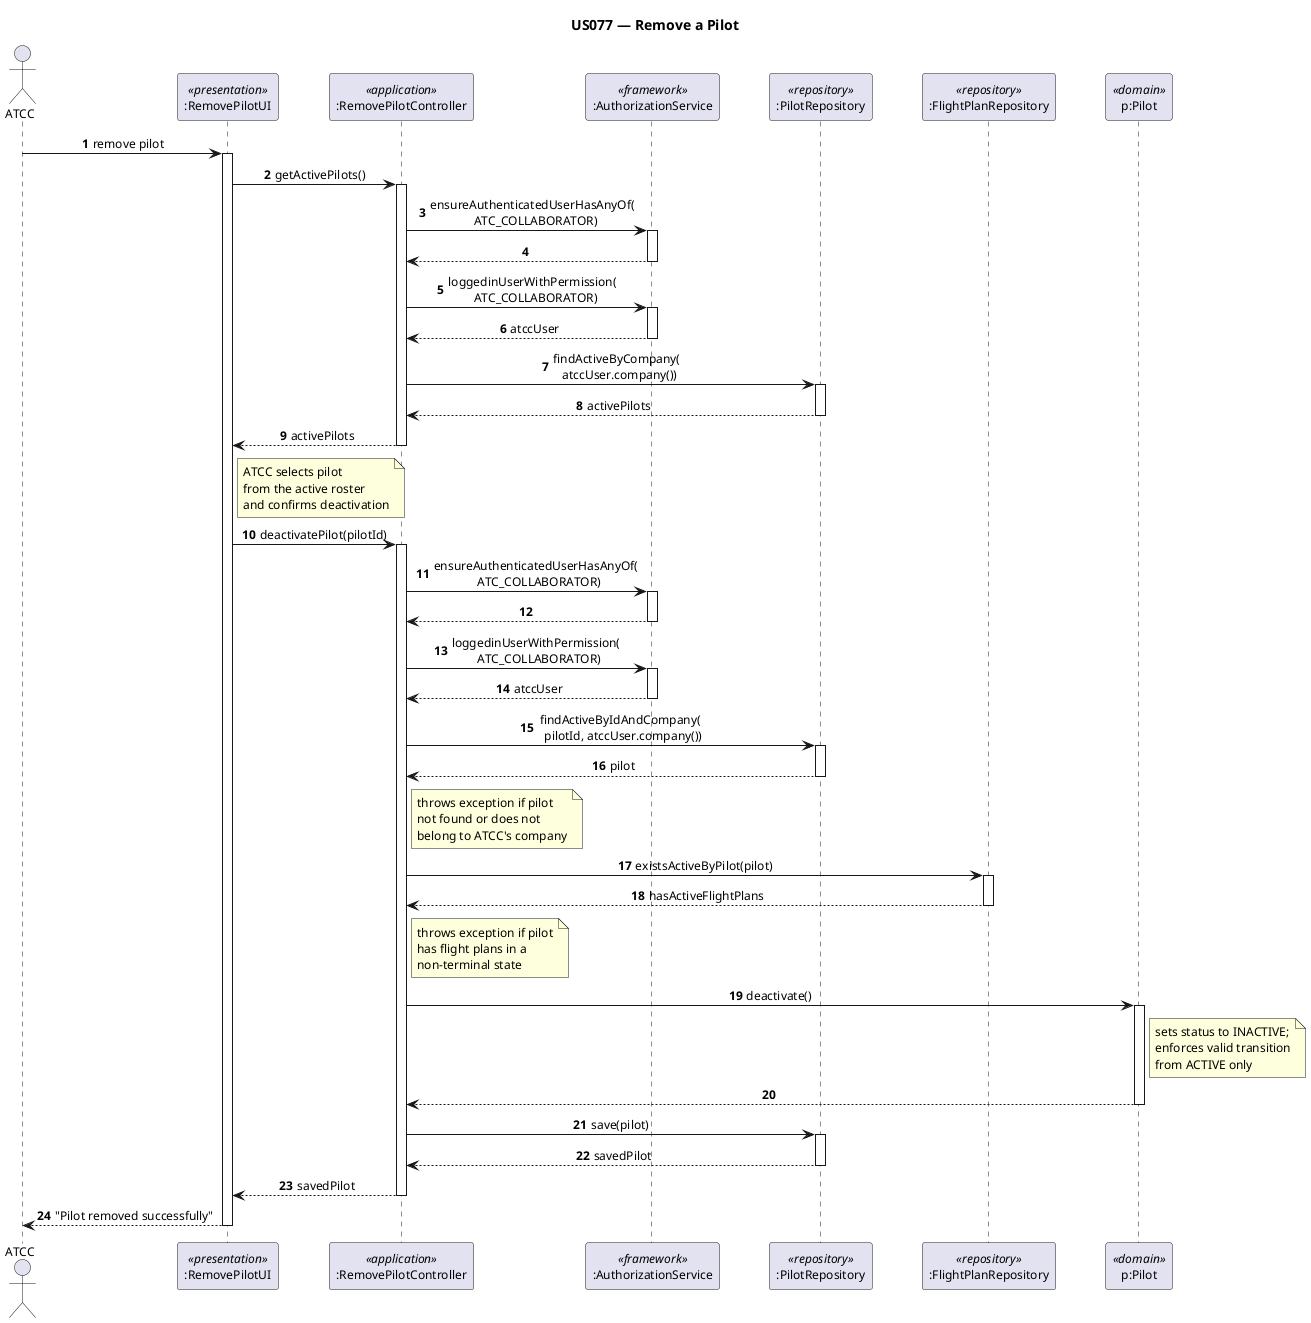
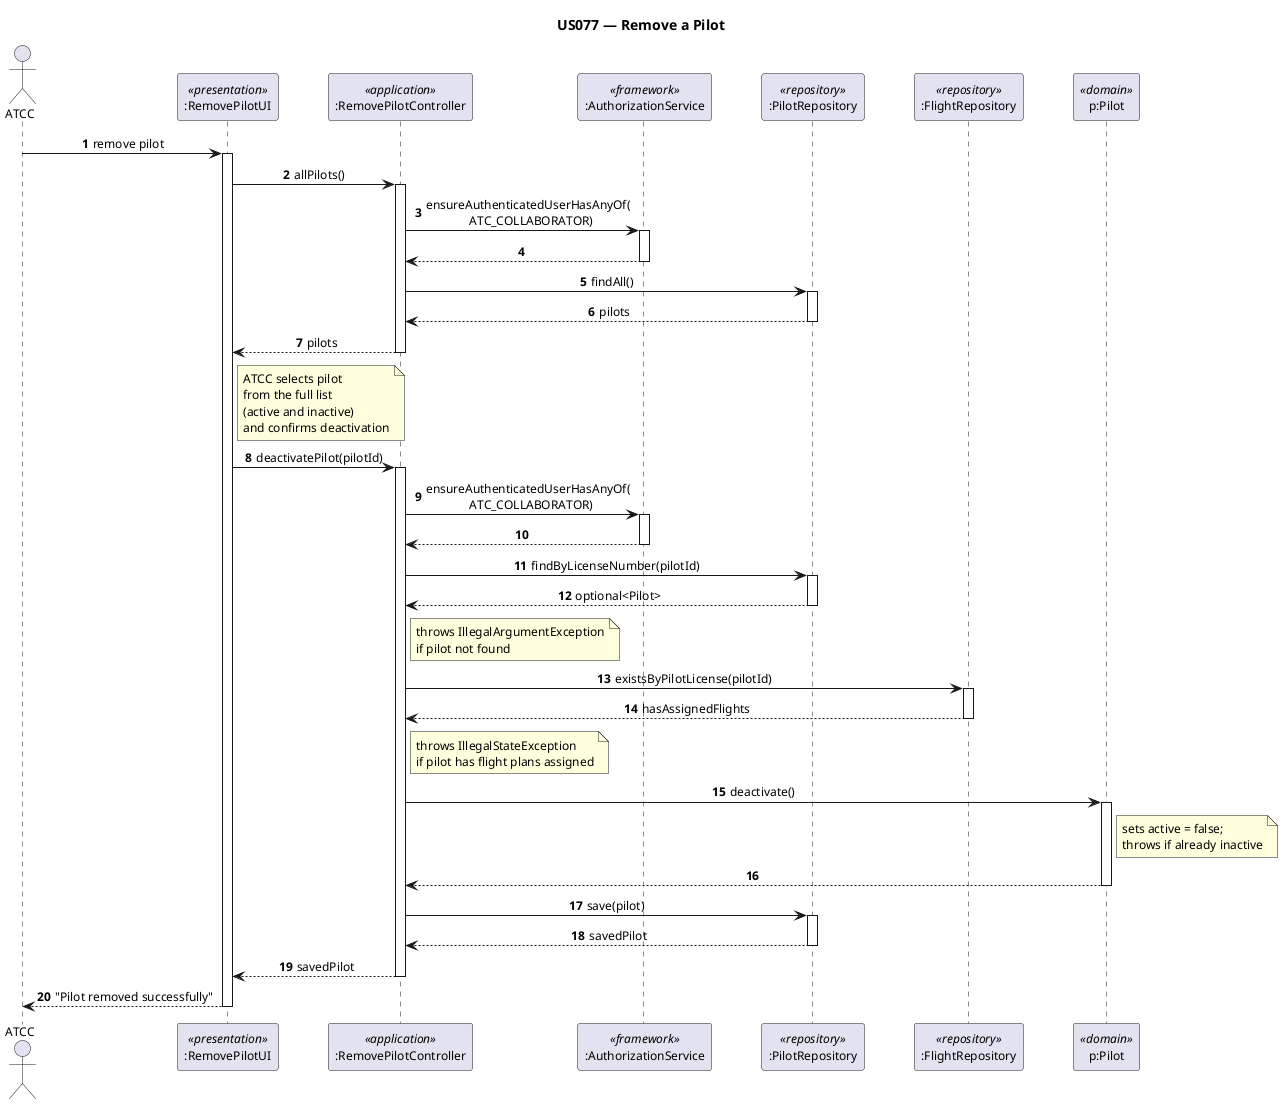
@startuml sd_us077_remove_pilot
title US077 — Remove a Pilot

skinparam sequenceMessageAlign center
skinparam defaultFontName Arial
skinparam defaultFontSize 12
skinparam ParticipantPadding 20

autonumber

actor "ATCC" as actor
participant ":RemovePilotUI" as ui <<presentation>>
participant ":RemovePilotController" as ctrl <<application>>
participant ":AuthorizationService" as authz <<framework>>
participant ":PilotRepository" as pilotRepo <<repository>>
- participant ":FlightPlanRepository" as flightRepo <<repository>>
+ participant ":FlightRepository" as flightRepo <<repository>>
participant "p:Pilot" as pilot <<domain>>

actor -> ui : remove pilot
activate ui

- ui -> ctrl : getActivePilots()
+ ui -> ctrl : allPilots()
activate ctrl

ctrl -> authz : ensureAuthenticatedUserHasAnyOf(\n  ATC_COLLABORATOR)
activate authz
authz --> ctrl
deactivate authz

- ctrl -> authz : loggedinUserWithPermission(\n  ATC_COLLABORATOR)
- activate authz
- authz --> ctrl : atccUser
- deactivate authz
- 
- ctrl -> pilotRepo : findActiveByCompany(\n  atccUser.company())
+ ctrl -> pilotRepo : findAll()
activate pilotRepo
- pilotRepo --> ctrl : activePilots
+ pilotRepo --> ctrl : pilots
deactivate pilotRepo

- ctrl --> ui : activePilots
+ ctrl --> ui : pilots
deactivate ctrl

- note right of ui : ATCC selects pilot\nfrom the active roster\nand confirms deactivation
+ note right of ui : ATCC selects pilot\nfrom the full list\n(active and inactive)\nand confirms deactivation

ui -> ctrl : deactivatePilot(pilotId)
activate ctrl

ctrl -> authz : ensureAuthenticatedUserHasAnyOf(\n  ATC_COLLABORATOR)
activate authz
authz --> ctrl
deactivate authz

- ctrl -> authz : loggedinUserWithPermission(\n  ATC_COLLABORATOR)
- activate authz
- authz --> ctrl : atccUser
- deactivate authz
- 
- ctrl -> pilotRepo : findActiveByIdAndCompany(\n  pilotId, atccUser.company())
+ ctrl -> pilotRepo : findByLicenseNumber(pilotId)
activate pilotRepo
- pilotRepo --> ctrl : pilot
+ pilotRepo --> ctrl : optional<Pilot>
deactivate pilotRepo

- note right of ctrl : throws exception if pilot\nnot found or does not\nbelong to ATCC's company
+ note right of ctrl : throws IllegalArgumentException\nif pilot not found

- ctrl -> flightRepo : existsActiveByPilot(pilot)
+ ctrl -> flightRepo : existsByPilotLicense(pilotId)
activate flightRepo
- flightRepo --> ctrl : hasActiveFlightPlans
+ flightRepo --> ctrl : hasAssignedFlights
deactivate flightRepo

- note right of ctrl : throws exception if pilot\nhas flight plans in a\nnon-terminal state
+ note right of ctrl : throws IllegalStateException\nif pilot has flight plans assigned

ctrl -> pilot : deactivate()
activate pilot
- note right of pilot : sets status to INACTIVE;\nenforces valid transition\nfrom ACTIVE only
+ note right of pilot : sets active = false;\nthrows if already inactive
pilot --> ctrl
deactivate pilot

ctrl -> pilotRepo : save(pilot)
activate pilotRepo
pilotRepo --> ctrl : savedPilot
deactivate pilotRepo

ctrl --> ui : savedPilot
deactivate ctrl

ui --> actor : "Pilot removed successfully"
deactivate ui

@enduml
